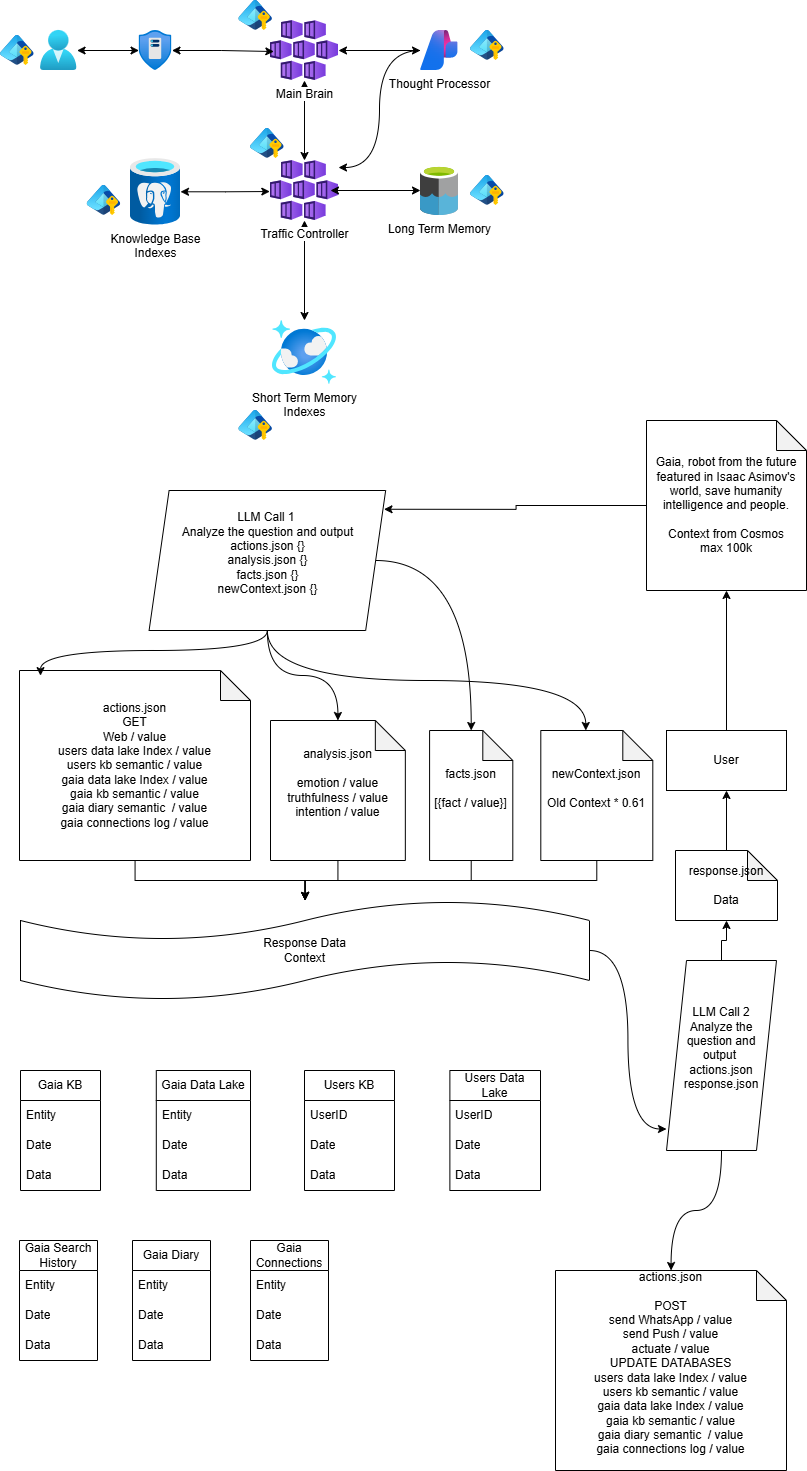
Above: Gaia Physical Architecture.drawio.png in threadkeeper/gaia-robot (draw.io), before the change. Source tidied: cells renumbered, new cells last; positions are measured from the earlier drawing's top-left corner, leaving out a move shared by most shapes.
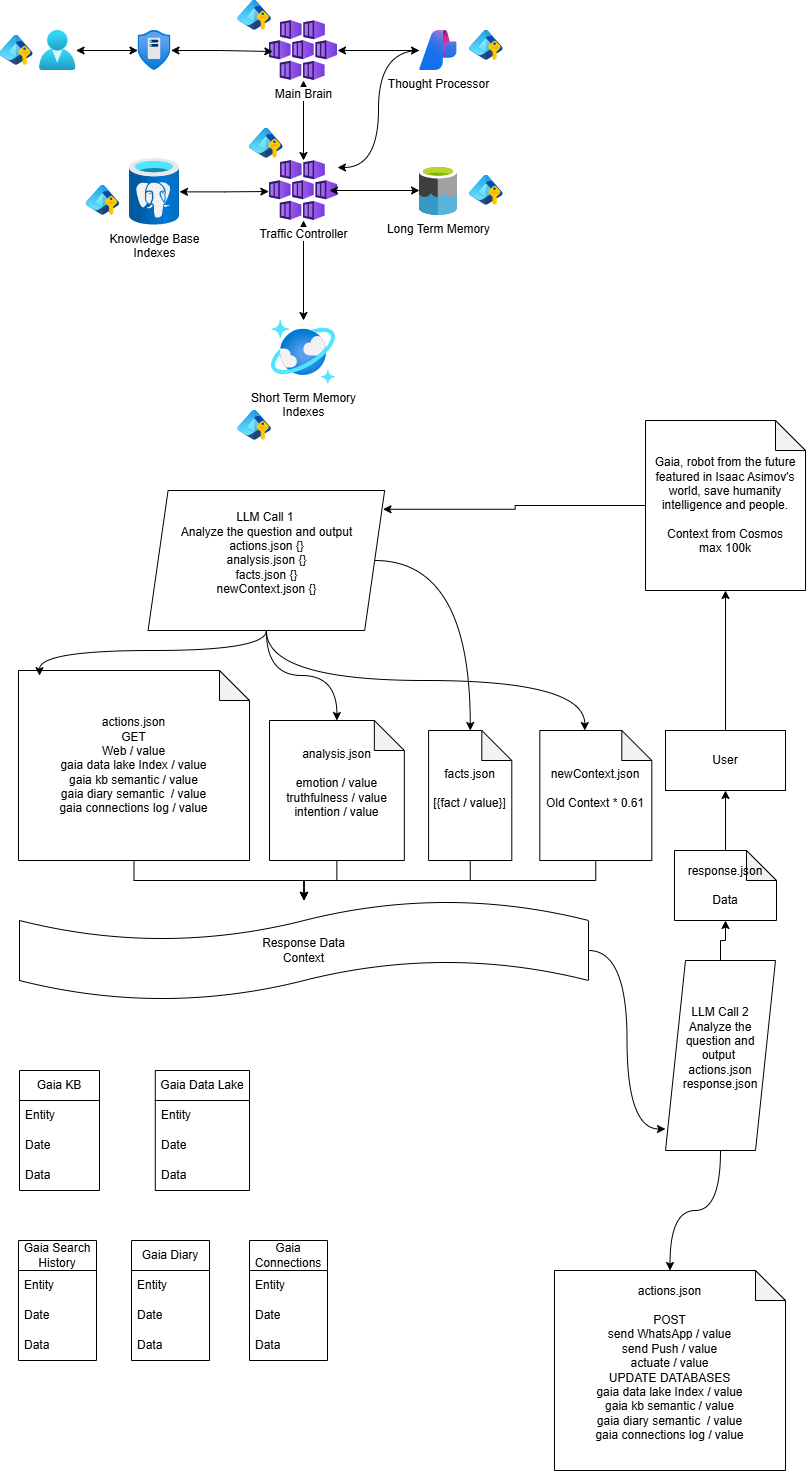
Later version of the same file.

Change to the diagram source:
```diff
@@ -83,7 +83,7 @@
     <mxCell id="28" style="edgeStyle=orthogonalEdgeStyle;rounded=0;jettySize=auto;html=1;" parent="1" edge="1" source="29" target="45">
       <mxGeometry relative="1" as="geometry" />
     </mxCell>
-    <mxCell id="29" value="actions.json&lt;br&gt;GET&lt;br&gt;Web / value&lt;div&gt;users data lake Index / value&lt;br&gt;users kb semantic / value&lt;br&gt;gaia data lake Index / value&lt;br&gt;gaia kb semantic / value&lt;/div&gt;&lt;div&gt;gaia diary semantic&amp;nbsp;&amp;nbsp;/ value&lt;br&gt;gaia connections log / value&lt;/div&gt;" style="shape=note;whiteSpace=wrap;html=1;backgroundOutline=1;darkOpacity=0.05;" parent="1" vertex="1">
+    <mxCell id="29" value="actions.json&lt;br&gt;GET&lt;br&gt;Web / value&lt;div&gt;gaia data lake Index / value&lt;br&gt;gaia kb semantic / value&lt;/div&gt;&lt;div&gt;gaia diary semantic&amp;nbsp;&amp;nbsp;/ value&lt;br&gt;gaia connections log / value&lt;/div&gt;" style="shape=note;whiteSpace=wrap;html=1;backgroundOutline=1;darkOpacity=0.05;" parent="1" vertex="1">
       <mxGeometry x="19" y="670" width="231" height="190" as="geometry" />
     </mxCell>
     <mxCell id="30" style="edgeStyle=orthogonalEdgeStyle;rounded=0;jettySize=auto;html=1;curved=1;" parent="1" edge="1" source="31" target="37">
@@ -161,30 +161,6 @@
     <mxCell id="54" value="Data" style="text;strokeColor=none;fillColor=none;align=left;verticalAlign=middle;spacingLeft=4;spacingRight=4;overflow=hidden;whiteSpace=wrap;html=1;" parent="51" vertex="1">
       <mxGeometry y="90" width="94.2" height="30" as="geometry" />
     </mxCell>
-    <mxCell id="55" value="Users KB" style="swimlane;fontStyle=0;horizontal=1;startSize=30;whiteSpace=wrap;html=1;" parent="1" vertex="1">
-      <mxGeometry x="304" y="1070" width="90" height="120" as="geometry" />
-    </mxCell>
-    <mxCell id="56" value="UserID" style="text;strokeColor=none;fillColor=none;align=left;verticalAlign=middle;spacingLeft=4;spacingRight=4;overflow=hidden;whiteSpace=wrap;html=1;" parent="55" vertex="1">
-      <mxGeometry y="30" width="90" height="30" as="geometry" />
-    </mxCell>
-    <mxCell id="57" value="Date" style="text;strokeColor=none;fillColor=none;align=left;verticalAlign=middle;spacingLeft=4;spacingRight=4;overflow=hidden;whiteSpace=wrap;html=1;" parent="55" vertex="1">
-      <mxGeometry y="60" width="90" height="30" as="geometry" />
-    </mxCell>
-    <mxCell id="58" value="Data" style="text;strokeColor=none;fillColor=none;align=left;verticalAlign=middle;spacingLeft=4;spacingRight=4;overflow=hidden;whiteSpace=wrap;html=1;" parent="55" vertex="1">
-      <mxGeometry y="90" width="90" height="30" as="geometry" />
-    </mxCell>
-    <mxCell id="59" value="Users Data Lake" style="swimlane;fontStyle=0;horizontal=1;startSize=30;whiteSpace=wrap;html=1;" parent="1" vertex="1">
-      <mxGeometry x="449.4" y="1070" width="90.6" height="120" as="geometry" />
-    </mxCell>
-    <mxCell id="60" value="UserID" style="text;strokeColor=none;fillColor=none;align=left;verticalAlign=middle;spacingLeft=4;spacingRight=4;overflow=hidden;whiteSpace=wrap;html=1;" parent="59" vertex="1">
-      <mxGeometry y="30" width="90.6" height="30" as="geometry" />
-    </mxCell>
-    <mxCell id="61" value="Date" style="text;strokeColor=none;fillColor=none;align=left;verticalAlign=middle;spacingLeft=4;spacingRight=4;overflow=hidden;whiteSpace=wrap;html=1;" parent="59" vertex="1">
-      <mxGeometry y="60" width="90.6" height="30" as="geometry" />
-    </mxCell>
-    <mxCell id="62" value="Data" style="text;strokeColor=none;fillColor=none;align=left;verticalAlign=middle;spacingLeft=4;spacingRight=4;overflow=hidden;whiteSpace=wrap;html=1;" parent="59" vertex="1">
-      <mxGeometry y="90" width="90.6" height="30" as="geometry" />
-    </mxCell>
     <mxCell id="63" value="Gaia Diary" style="swimlane;fontStyle=0;horizontal=1;startSize=30;whiteSpace=wrap;html=1;" parent="1" vertex="1">
       <mxGeometry x="132" y="1240" width="78" height="120" as="geometry" />
     </mxCell>
@@ -203,7 +179,7 @@
     <mxCell id="68" value="response.json&lt;br&gt;&lt;br&gt;&lt;div&gt;Data&lt;/div&gt;" style="shape=note;whiteSpace=wrap;html=1;backgroundOutline=1;darkOpacity=0.05;" parent="1" vertex="1">
       <mxGeometry x="675" y="850" width="102" height="70" as="geometry" />
     </mxCell>
-    <mxCell id="69" value="actions.json&lt;br&gt;&lt;br&gt;POST&lt;div&gt;send WhatsApp / value&lt;br&gt;send Push / value&lt;br&gt;actuate / value&lt;/div&gt;&lt;div&gt;UPDATE DATABASES&lt;/div&gt;&lt;div&gt;&lt;div&gt;users data lake Index / value&lt;br&gt;users kb semantic / value&lt;br&gt;gaia data lake Index / value&lt;br&gt;gaia kb semantic / value&lt;/div&gt;&lt;div&gt;gaia diary semantic&amp;nbsp;&amp;nbsp;/ value&lt;br&gt;gaia connections log / value&lt;/div&gt;&lt;/div&gt;&lt;div&gt;&lt;br&gt;&lt;/div&gt;" style="shape=note;whiteSpace=wrap;html=1;backgroundOutline=1;darkOpacity=0.05;" parent="1" vertex="1">
+    <mxCell id="69" value="actions.json&lt;br&gt;&lt;br&gt;POST&lt;div&gt;send WhatsApp / value&lt;br&gt;send Push / value&lt;br&gt;actuate / value&lt;/div&gt;&lt;div&gt;UPDATE DATABASES&lt;/div&gt;&lt;div&gt;&lt;div&gt;gaia data lake Index / value&lt;br&gt;gaia kb semantic / value&lt;/div&gt;&lt;div&gt;gaia diary semantic&amp;nbsp;&amp;nbsp;/ value&lt;br&gt;gaia connections log / value&lt;/div&gt;&lt;/div&gt;&lt;div&gt;&lt;br&gt;&lt;/div&gt;" style="shape=note;whiteSpace=wrap;html=1;backgroundOutline=1;darkOpacity=0.05;" parent="1" vertex="1">
       <mxGeometry x="555" y="1270" width="231" height="200" as="geometry" />
     </mxCell>
     <mxCell id="70" value="Gaia Connections" style="swimlane;fontStyle=0;horizontal=1;startSize=30;whiteSpace=wrap;html=1;" parent="1" vertex="1">
```
